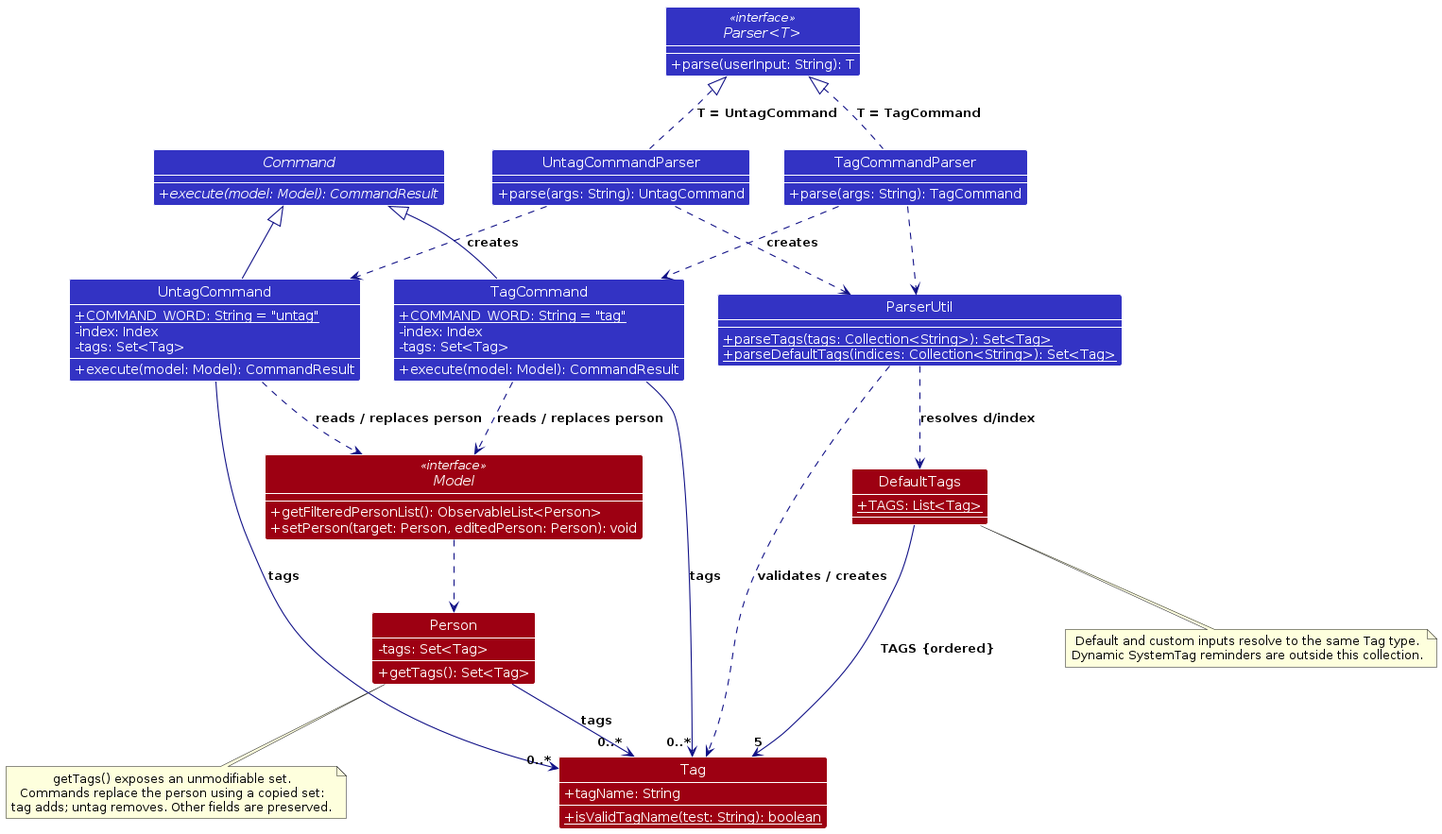
AY2627S1-CS2103T-F15-3/tp keeps this PlantUML diagram as diagrams/TagManagementClassDiagram.png. Above is the earlier version. Its source is kept beside it as diagrams/TagManagementClassDiagram.puml. The source it was exported from:
```plantuml
@startuml
!include style.puml
show members
skinparam classAttributeIconSize 0
skinparam classAttributeFontColor #FFFFFF
skinparam genericDisplay old
skinparam arrowThickness 1.1
skinparam arrowColor LOGIC_COLOR_T4
skinparam classBackgroundColor LOGIC_COLOR
top to bottom direction

interface "Parser<T>" as Parser <<interface>> {
  +parse(userInput: String): T
}
class TagCommandParser {
  +parse(args: String): TagCommand
}
class UntagCommandParser {
  +parse(args: String): UntagCommand
}
abstract class Command {
  {abstract} +execute(model: Model): CommandResult
}
class TagCommand {
  {static} +COMMAND_WORD: String = "tag"
  -index: Index
  -tags: Set<Tag>
  +execute(model: Model): CommandResult
}
class UntagCommand {
  {static} +COMMAND_WORD: String = "untag"
  -index: Index
  -tags: Set<Tag>
  +execute(model: Model): CommandResult
}
class ParserUtil {
  {static} +parseTags(tags: Collection<String>): Set<Tag>
  {static} +parseDefaultTags(indices: Collection<String>): Set<Tag>
}
interface Model <<interface>> MODEL_COLOR {
  +getFilteredPersonList(): ObservableList<Person>
  +setPerson(target: Person, editedPerson: Person): void
}
class Person MODEL_COLOR {
  -tags: Set<Tag>
  +getTags(): Set<Tag>
}
class Tag MODEL_COLOR {
  +tagName: String
  {static} +isValidTagName(test: String): boolean
}
class DefaultTags MODEL_COLOR {
  {static} +TAGS: List<Tag>
}

TagCommandParser .up.|> Parser : T = TagCommand
UntagCommandParser .up.|> Parser : T = UntagCommand
TagCommandParser ..> TagCommand : creates
UntagCommandParser ..> UntagCommand : creates
TagCommandParser ..> ParserUtil
UntagCommandParser ..> ParserUtil
TagCommand -up-|> Command
UntagCommand -up-|> Command
TagCommand ..> Model : reads / replaces person
UntagCommand ..> Model : reads / replaces person
TagCommand --> "0..*" Tag : tags
UntagCommand --> "0..*" Tag : tags
Model ..> Person
Person --> "0..*" Tag : tags
ParserUtil ..> DefaultTags : resolves d/index
ParserUtil ..> Tag : validates / creates
DefaultTags --> "5" Tag : TAGS {ordered}

note bottom of Person
  getTags() exposes an unmodifiable set.
  Commands replace the person using a copied set:
  tag adds; untag removes. Other fields are preserved.
end note
note bottom of DefaultTags
  Default and custom inputs resolve to the same Tag type.
  Dynamic SystemTag reminders are outside this collection.
end note
@enduml
```
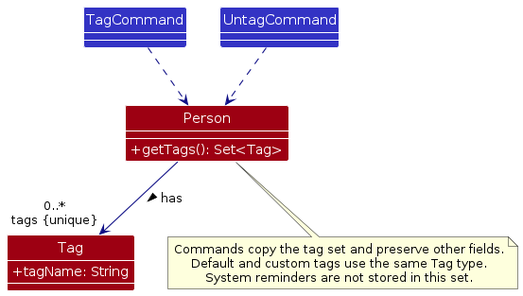
Above is the later version.

The edit, as a diff of the source:
```diff
@@ -3,81 +3,28 @@
 show members
 skinparam classAttributeIconSize 0
 skinparam classAttributeFontColor #FFFFFF
-skinparam genericDisplay old
 skinparam arrowThickness 1.1
 skinparam arrowColor LOGIC_COLOR_T4
 skinparam classBackgroundColor LOGIC_COLOR
+skinparam ArrowFontStyle plain
 top to bottom direction
 
-interface "Parser<T>" as Parser <<interface>> {
-  +parse(userInput: String): T
-}
-class TagCommandParser {
-  +parse(args: String): TagCommand
-}
-class UntagCommandParser {
-  +parse(args: String): UntagCommand
-}
-abstract class Command {
-  {abstract} +execute(model: Model): CommandResult
-}
-class TagCommand {
-  {static} +COMMAND_WORD: String = "tag"
-  -index: Index
-  -tags: Set<Tag>
-  +execute(model: Model): CommandResult
-}
-class UntagCommand {
-  {static} +COMMAND_WORD: String = "untag"
-  -index: Index
-  -tags: Set<Tag>
-  +execute(model: Model): CommandResult
-}
-class ParserUtil {
-  {static} +parseTags(tags: Collection<String>): Set<Tag>
-  {static} +parseDefaultTags(indices: Collection<String>): Set<Tag>
-}
-interface Model <<interface>> MODEL_COLOR {
-  +getFilteredPersonList(): ObservableList<Person>
-  +setPerson(target: Person, editedPerson: Person): void
-}
+class TagCommand
+class UntagCommand
 class Person MODEL_COLOR {
-  -tags: Set<Tag>
   +getTags(): Set<Tag>
 }
 class Tag MODEL_COLOR {
   +tagName: String
-  {static} +isValidTagName(test: String): boolean
-}
-class DefaultTags MODEL_COLOR {
-  {static} +TAGS: List<Tag>
 }
 
-TagCommandParser .up.|> Parser : T = TagCommand
-UntagCommandParser .up.|> Parser : T = UntagCommand
-TagCommandParser ..> TagCommand : creates
-UntagCommandParser ..> UntagCommand : creates
-TagCommandParser ..> ParserUtil
-UntagCommandParser ..> ParserUtil
-TagCommand -up-|> Command
-UntagCommand -up-|> Command
-TagCommand ..> Model : reads / replaces person
-UntagCommand ..> Model : reads / replaces person
-TagCommand --> "0..*" Tag : tags
-UntagCommand --> "0..*" Tag : tags
-Model ..> Person
-Person --> "0..*" Tag : tags
-ParserUtil ..> DefaultTags : resolves d/index
-ParserUtil ..> Tag : validates / creates
-DefaultTags --> "5" Tag : TAGS {ordered}
+TagCommand ..> Person
+UntagCommand ..> Person
+Person --> "0..*\ntags {unique}" Tag : has >
 
 note bottom of Person
-  getTags() exposes an unmodifiable set.
-  Commands replace the person using a copied set:
-  tag adds; untag removes. Other fields are preserved.
-end note
-note bottom of DefaultTags
-  Default and custom inputs resolve to the same Tag type.
-  Dynamic SystemTag reminders are outside this collection.
+  Commands copy the tag set and preserve other fields.
+  Default and custom tags use the same Tag type.
+  System reminders are not stored in this set.
 end note
 @enduml
```
